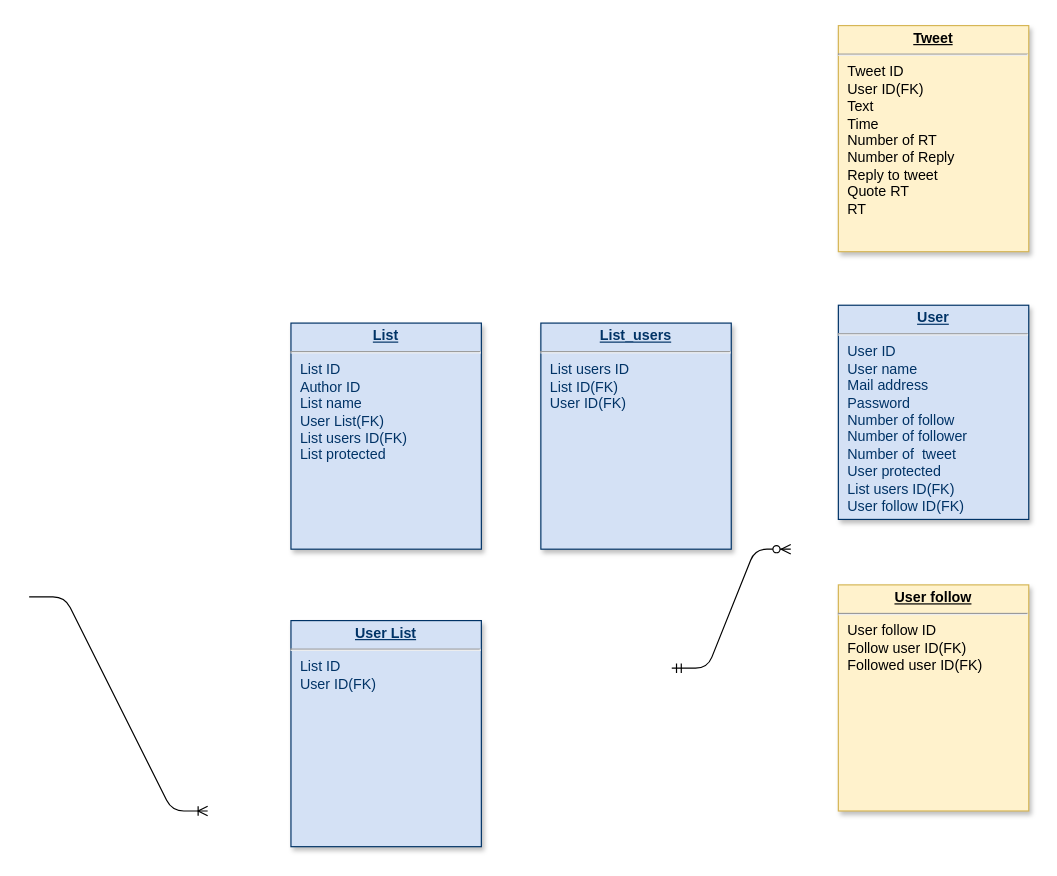
The draw.io diagram Untitled Diagram.drawio in fuwa-syugyo/hello-world, before the edit. Source tidied: cells renumbered, new cells numbered last; positions are measured from the earlier drawing's top-left corner, leaving out a move shared by most shapes. Both pictures are drawn from the tidied source at 119%, with x=0, y=0 at pixel (29, 25).
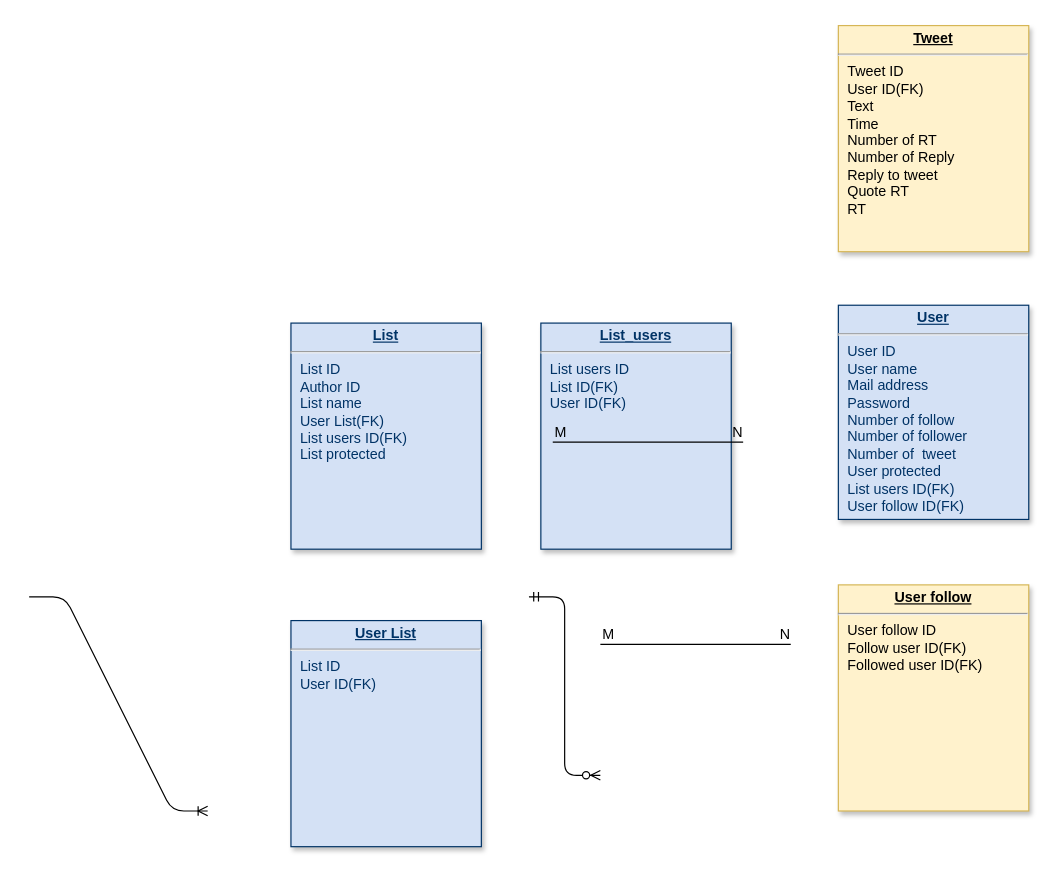
After the change.

Commit message:
Untitled Diagram.drawio を更新します

Change to the diagram source:
```diff
@@
 <mxGraphModel>
   <root>
     <mxCell id="0" />
     <mxCell id="1" parent="0" />
     <mxCell id="2" value="&lt;p style=&quot;margin: 0px ; margin-top: 4px ; text-align: center ; text-decoration: underline&quot;&gt;&lt;strong&gt;User&lt;/strong&gt;&lt;/p&gt;&lt;hr&gt;&lt;p style=&quot;margin: 0px ; margin-left: 8px&quot;&gt;User ID&lt;/p&gt;&lt;p style=&quot;margin: 0px ; margin-left: 8px&quot;&gt;User name&lt;/p&gt;&lt;p style=&quot;margin: 0px ; margin-left: 8px&quot;&gt;Mail address&lt;/p&gt;&lt;p style=&quot;margin: 0px ; margin-left: 8px&quot;&gt;Password&lt;/p&gt;&lt;p style=&quot;margin: 0px ; margin-left: 8px&quot;&gt;Number of follow&lt;/p&gt;&lt;p style=&quot;margin: 0px ; margin-left: 8px&quot;&gt;Number of follower&lt;/p&gt;&lt;p style=&quot;margin: 0px ; margin-left: 8px&quot;&gt;Number of&amp;nbsp; tweet&lt;/p&gt;&lt;p style=&quot;margin: 0px ; margin-left: 8px&quot;&gt;User protected&lt;/p&gt;&lt;p style=&quot;margin: 0px ; margin-left: 8px&quot;&gt;List users ID(FK)&lt;br&gt;&lt;/p&gt;&lt;p style=&quot;margin: 0px ; margin-left: 8px&quot;&gt;User follow ID(FK)&lt;/p&gt;&lt;p style=&quot;margin: 0px ; margin-left: 8px&quot;&gt;&lt;br&gt;&lt;/p&gt;" style="verticalAlign=top;align=left;overflow=fill;fontSize=12;fontFamily=Helvetica;html=1;strokeColor=#003366;shadow=1;fillColor=#D4E1F5;fontColor=#003366;" parent="1" vertex="1">
       <mxGeometry x="680" y="235" width="160" height="180" as="geometry" />
     </mxCell>
     <mxCell id="3" value="&lt;p style=&quot;margin: 0px ; margin-top: 4px ; text-align: center ; text-decoration: underline&quot;&gt;&lt;strong&gt;Tweet&lt;/strong&gt;&lt;/p&gt;&lt;hr&gt;&lt;p style=&quot;margin: 0px ; margin-left: 8px&quot;&gt;Tweet ID&lt;/p&gt;&lt;p style=&quot;margin: 0px ; margin-left: 8px&quot;&gt;User ID(FK)&lt;/p&gt;&lt;p style=&quot;margin: 0px ; margin-left: 8px&quot;&gt;Text&lt;/p&gt;&lt;p style=&quot;margin: 0px ; margin-left: 8px&quot;&gt;Time&lt;/p&gt;&lt;p style=&quot;margin: 0px ; margin-left: 8px&quot;&gt;Number of RT&lt;/p&gt;&lt;p style=&quot;margin: 0px ; margin-left: 8px&quot;&gt;Number of Reply&lt;/p&gt;&lt;p style=&quot;margin: 0px ; margin-left: 8px&quot;&gt;Reply to tweet&lt;/p&gt;&lt;p style=&quot;margin: 0px ; margin-left: 8px&quot;&gt;Quote RT&lt;/p&gt;&lt;p style=&quot;margin: 0px ; margin-left: 8px&quot;&gt;RT&lt;/p&gt;" style="verticalAlign=top;align=left;overflow=fill;fontSize=12;fontFamily=Helvetica;html=1;strokeColor=#d6b656;shadow=1;fillColor=#fff2cc;" parent="1" vertex="1">
       <mxGeometry x="680" width="160" height="190" as="geometry" />
     </mxCell>
     <mxCell id="4" value="&lt;p style=&quot;margin: 0px ; margin-top: 4px ; text-align: center ; text-decoration: underline&quot;&gt;&lt;b&gt;List_users&lt;/b&gt;&lt;/p&gt;&lt;hr&gt;&lt;p style=&quot;margin: 0px ; margin-left: 8px&quot;&gt;List users ID&lt;/p&gt;&lt;p style=&quot;margin: 0px ; margin-left: 8px&quot;&gt;List ID(FK)&lt;/p&gt;&lt;p style=&quot;margin: 0px ; margin-left: 8px&quot;&gt;User ID(FK)&lt;/p&gt;" style="verticalAlign=top;align=left;overflow=fill;fontSize=12;fontFamily=Helvetica;html=1;strokeColor=#003366;shadow=1;fillColor=#D4E1F5;fontColor=#003366;" parent="1" vertex="1">
       <mxGeometry x="430" y="250" width="160" height="190" as="geometry" />
     </mxCell>
     <mxCell id="5" value="&lt;p style=&quot;margin: 0px ; margin-top: 4px ; text-align: center ; text-decoration: underline&quot;&gt;&lt;b&gt;User follow&lt;/b&gt;&lt;/p&gt;&lt;hr&gt;&lt;p style=&quot;margin: 0px ; margin-left: 8px&quot;&gt;User follow ID&lt;/p&gt;&lt;p style=&quot;margin: 0px ; margin-left: 8px&quot;&gt;Follow user ID(FK)&lt;/p&gt;&lt;p style=&quot;margin: 0px ; margin-left: 8px&quot;&gt;Followed user ID(FK)&lt;/p&gt;" style="verticalAlign=top;align=left;overflow=fill;fontSize=12;fontFamily=Helvetica;html=1;strokeColor=#d6b656;shadow=1;fillColor=#fff2cc;" parent="1" vertex="1">
       <mxGeometry x="680" y="470" width="160" height="190" as="geometry" />
     </mxCell>
     <mxCell id="6" value="&lt;p style=&quot;margin: 0px ; margin-top: 4px ; text-align: center ; text-decoration: underline&quot;&gt;&lt;b&gt;User List&lt;/b&gt;&lt;/p&gt;&lt;hr&gt;&lt;p style=&quot;margin: 0px ; margin-left: 8px&quot;&gt;List ID&lt;/p&gt;&lt;p style=&quot;margin: 0px ; margin-left: 8px&quot;&gt;User ID(FK)&lt;/p&gt;" style="verticalAlign=top;align=left;overflow=fill;fontSize=12;fontFamily=Helvetica;html=1;strokeColor=#003366;shadow=1;fillColor=#D4E1F5;fontColor=#003366;" parent="1" vertex="1">
       <mxGeometry x="220" y="500" width="160" height="190" as="geometry" />
     </mxCell>
     <mxCell id="7" value="&lt;p style=&quot;margin: 0px ; margin-top: 4px ; text-align: center ; text-decoration: underline&quot;&gt;&lt;b&gt;List&lt;/b&gt;&lt;/p&gt;&lt;hr&gt;&lt;p style=&quot;margin: 0px ; margin-left: 8px&quot;&gt;List ID&lt;/p&gt;&lt;p style=&quot;margin: 0px ; margin-left: 8px&quot;&gt;Author ID&lt;/p&gt;&lt;p style=&quot;margin: 0px ; margin-left: 8px&quot;&gt;List name&lt;/p&gt;&lt;p style=&quot;margin: 0px ; margin-left: 8px&quot;&gt;User List(FK)&lt;/p&gt;&lt;p style=&quot;margin: 0px ; margin-left: 8px&quot;&gt;List users ID(FK)&lt;/p&gt;&lt;p style=&quot;margin: 0px ; margin-left: 8px&quot;&gt;List protected&lt;/p&gt;" style="verticalAlign=top;align=left;overflow=fill;fontSize=12;fontFamily=Helvetica;html=1;strokeColor=#003366;shadow=1;fillColor=#D4E1F5;fontColor=#003366;" parent="1" vertex="1">
       <mxGeometry x="220" y="250" width="160" height="190" as="geometry" />
     </mxCell>
     <mxCell id="8" style="edgeStyle=entityRelationEdgeStyle;fontSize=12;html=1;endArrow=ERoneToMany;" parent="1" edge="1">
       <mxGeometry relative="1" as="geometry">
         <mxPoint y="480" as="sourcePoint" />
         <mxPoint x="150" y="660" as="targetPoint" />
       </mxGeometry>
     </mxCell>
     <mxCell id="9" style="edgeStyle=entityRelationEdgeStyle;fontSize=12;html=1;endArrow=ERzeroToMany;startArrow=ERmandOne;" parent="1" edge="1">
       <mxGeometry relative="1" as="geometry">
-        <mxPoint x="540" y="540" as="sourcePoint" />
-        <mxPoint x="640" y="440" as="targetPoint" />
+        <mxPoint x="420" y="480" as="sourcePoint" />
+        <mxPoint x="480" y="630" as="targetPoint" />
       </mxGeometry>
     </mxCell>
+    <mxCell id="10" style="endArrow=none;html=1;rounded=0;" parent="1" edge="1">
+      <mxGeometry relative="1" as="geometry">
+        <mxPoint x="440" y="350" as="sourcePoint" />
+        <mxPoint x="600" y="350" as="targetPoint" />
+      </mxGeometry>
+    </mxCell>
+    <mxCell id="11" value="M" style="html=1;align=left;verticalAlign=bottom;" parent="10" vertex="1">
+      <mxGeometry x="-1" relative="1" as="geometry" />
+    </mxCell>
+    <mxCell id="12" value="N" style="html=1;align=right;verticalAlign=bottom;" parent="10" vertex="1">
+      <mxGeometry x="1" relative="1" as="geometry" />
+    </mxCell>
+    <mxCell id="13" style="endArrow=none;html=1;rounded=0;" parent="1" edge="1">
+      <mxGeometry relative="1" as="geometry">
+        <mxPoint x="480" y="520" as="sourcePoint" />
+        <mxPoint x="640" y="520" as="targetPoint" />
+      </mxGeometry>
+    </mxCell>
+    <mxCell id="14" value="M" style="html=1;align=left;verticalAlign=bottom;" parent="13" vertex="1">
+      <mxGeometry x="-1" relative="1" as="geometry" />
+    </mxCell>
+    <mxCell id="15" value="N" style="html=1;align=right;verticalAlign=bottom;" parent="13" vertex="1">
+      <mxGeometry x="1" relative="1" as="geometry" />
+    </mxCell>
   </root>
 </mxGraphModel>
```
